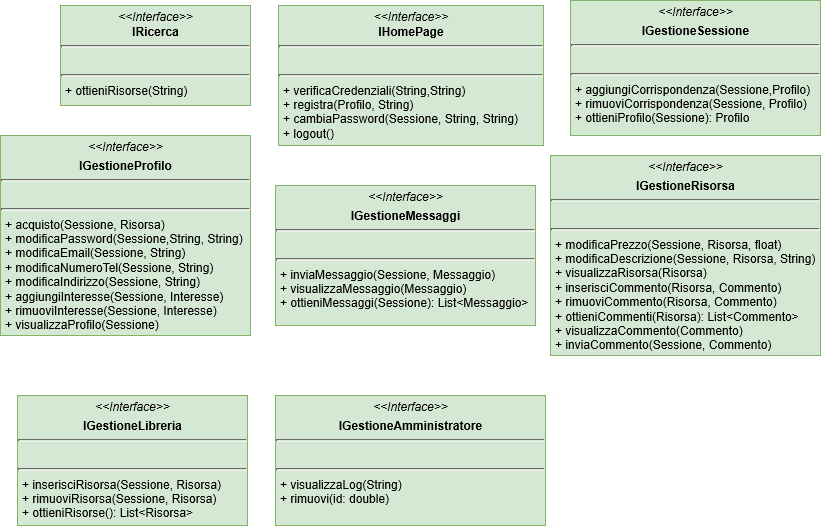
Above: Progetto Dettaglio Alexandria/Controller.png in SundavarBlaka/Alexandria (draw.io), before the change. Source tidied: cells renumbered, new cells last; positions are measured from the earlier drawing's top-left corner, leaving out a move shared by most shapes.
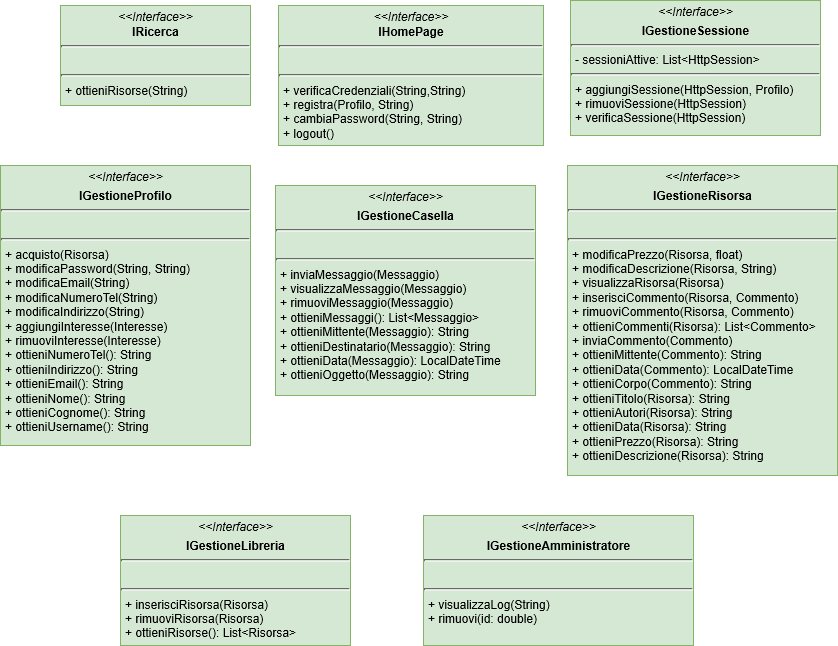
After the commit.

Commit message:
Eliminata sessione

Diff of the diagram source:
```diff
@@ -5,25 +5,25 @@
     <mxCell id="2" value="&lt;p style=&quot;margin: 0px ; margin-top: 4px ; text-align: center&quot;&gt;&lt;i&gt;&amp;lt;&amp;lt;Interface&amp;gt;&amp;gt;&lt;/i&gt;&lt;br&gt;&lt;b&gt;IRicerca&lt;/b&gt;&lt;/p&gt;&lt;hr size=&quot;1&quot;&gt;&lt;p style=&quot;margin: 0px ; margin-left: 4px&quot;&gt;&lt;br&gt;&lt;/p&gt;&lt;hr size=&quot;1&quot;&gt;&lt;p style=&quot;margin: 0px ; margin-left: 4px&quot;&gt;+ ottieniRisorse(String)&lt;/p&gt;" style="verticalAlign=top;align=left;overflow=fill;fontSize=12;fontFamily=Helvetica;html=1;fillColor=#d5e8d4;strokeColor=#82b366;" parent="1" vertex="1">
       <mxGeometry x="60" y="5" width="190" height="100" as="geometry" />
     </mxCell>
-    <mxCell id="3" value="&lt;p style=&quot;margin: 0px ; margin-top: 4px ; text-align: center&quot;&gt;&lt;i&gt;&amp;lt;&amp;lt;Interface&amp;gt;&amp;gt;&lt;/i&gt;&lt;br&gt;&lt;b&gt;IHomePage&lt;/b&gt;&lt;/p&gt;&lt;hr size=&quot;1&quot;&gt;&lt;p style=&quot;margin: 0px ; margin-left: 4px&quot;&gt;&lt;br&gt;&lt;/p&gt;&lt;hr size=&quot;1&quot;&gt;&lt;p style=&quot;margin: 0px ; margin-left: 4px&quot;&gt;+ verificaCredenziali(String,String)&lt;/p&gt;&lt;p style=&quot;margin: 0px ; margin-left: 4px&quot;&gt;&lt;span&gt;+ registra(Profilo, String)&lt;/span&gt;&lt;/p&gt;&lt;p style=&quot;margin: 0px ; margin-left: 4px&quot;&gt;+ cambiaPassword(Sessione, String, String)&lt;/p&gt;&lt;p style=&quot;margin: 0px ; margin-left: 4px&quot;&gt;+ logout()&lt;/p&gt;" style="verticalAlign=top;align=left;overflow=fill;fontSize=12;fontFamily=Helvetica;html=1;fillColor=#d5e8d4;strokeColor=#82b366;" parent="1" vertex="1">
+    <mxCell id="3" value="&lt;p style=&quot;margin: 0px ; margin-top: 4px ; text-align: center&quot;&gt;&lt;i&gt;&amp;lt;&amp;lt;Interface&amp;gt;&amp;gt;&lt;/i&gt;&lt;br&gt;&lt;b&gt;IHomePage&lt;/b&gt;&lt;/p&gt;&lt;hr size=&quot;1&quot;&gt;&lt;p style=&quot;margin: 0px ; margin-left: 4px&quot;&gt;&lt;br&gt;&lt;/p&gt;&lt;hr size=&quot;1&quot;&gt;&lt;p style=&quot;margin: 0px ; margin-left: 4px&quot;&gt;+ verificaCredenziali(String,String)&lt;/p&gt;&lt;p style=&quot;margin: 0px ; margin-left: 4px&quot;&gt;&lt;span&gt;+ registra(Profilo, String)&lt;/span&gt;&lt;/p&gt;&lt;p style=&quot;margin: 0px ; margin-left: 4px&quot;&gt;+ cambiaPassword(String, String)&lt;/p&gt;&lt;p style=&quot;margin: 0px ; margin-left: 4px&quot;&gt;+ logout()&lt;/p&gt;" style="verticalAlign=top;align=left;overflow=fill;fontSize=12;fontFamily=Helvetica;html=1;fillColor=#d5e8d4;strokeColor=#82b366;" parent="1" vertex="1">
       <mxGeometry x="278" y="5" width="265" height="140" as="geometry" />
     </mxCell>
-    <mxCell id="4" value="&lt;p style=&quot;margin: 0px ; margin-top: 4px ; text-align: center&quot;&gt;&lt;i&gt;&amp;lt;&amp;lt;Interface&amp;gt;&amp;gt;&lt;/i&gt;&lt;/p&gt;&lt;p style=&quot;margin: 0px ; margin-top: 4px ; text-align: center&quot;&gt;&lt;b&gt;IGestioneProfilo&lt;/b&gt;&lt;/p&gt;&lt;hr size=&quot;1&quot;&gt;&lt;p style=&quot;margin: 0px ; margin-left: 4px&quot;&gt;&lt;br&gt;&lt;/p&gt;&lt;hr size=&quot;1&quot;&gt;&lt;p style=&quot;margin: 0px ; margin-left: 4px&quot;&gt;+ acquisto(Sessione, Risorsa)&lt;/p&gt;&lt;p style=&quot;margin: 0px ; margin-left: 4px&quot;&gt;+ modificaPassword(Sessione,String, String)&lt;/p&gt;&lt;p style=&quot;margin: 0px ; margin-left: 4px&quot;&gt;+ modificaEmail(&lt;span&gt;Sessione&lt;/span&gt;, String)&lt;/p&gt;&lt;p style=&quot;margin: 0px ; margin-left: 4px&quot;&gt;+ modificaNumeroTel(&lt;span&gt;Sessione&lt;/span&gt;, String)&lt;/p&gt;&lt;p style=&quot;margin: 0px ; margin-left: 4px&quot;&gt;+ modificaIndirizzo(&lt;span&gt;Sessione&lt;/span&gt;, String)&lt;/p&gt;&lt;p style=&quot;margin: 0px ; margin-left: 4px&quot;&gt;+ aggiungiInteresse(&lt;span&gt;Sessione&lt;/span&gt;, Interesse)&lt;/p&gt;&lt;p style=&quot;margin: 0px ; margin-left: 4px&quot;&gt;+ rimuoviInteresse(&lt;span&gt;Sessione&lt;/span&gt;, Interesse)&lt;/p&gt;&lt;p style=&quot;margin: 0px ; margin-left: 4px&quot;&gt;+ visualizzaProfilo(&lt;span&gt;Sessione&lt;/span&gt;)&lt;/p&gt;" style="verticalAlign=top;align=left;overflow=fill;fontSize=12;fontFamily=Helvetica;html=1;fillColor=#d5e8d4;strokeColor=#82b366;" parent="1" vertex="1">
-      <mxGeometry y="135" width="250" height="200" as="geometry" />
+    <mxCell id="4" value="&lt;p style=&quot;margin: 0px ; margin-top: 4px ; text-align: center&quot;&gt;&lt;i&gt;&amp;lt;&amp;lt;Interface&amp;gt;&amp;gt;&lt;/i&gt;&lt;/p&gt;&lt;p style=&quot;margin: 0px ; margin-top: 4px ; text-align: center&quot;&gt;&lt;b&gt;IGestioneProfilo&lt;/b&gt;&lt;/p&gt;&lt;hr size=&quot;1&quot;&gt;&lt;p style=&quot;margin: 0px ; margin-left: 4px&quot;&gt;&lt;br&gt;&lt;/p&gt;&lt;hr size=&quot;1&quot;&gt;&lt;p style=&quot;margin: 0px ; margin-left: 4px&quot;&gt;+ acquisto(Risorsa)&lt;/p&gt;&lt;p style=&quot;margin: 0px ; margin-left: 4px&quot;&gt;+ modificaPassword(String, String)&lt;/p&gt;&lt;p style=&quot;margin: 0px ; margin-left: 4px&quot;&gt;+ modificaEmail(String)&lt;/p&gt;&lt;p style=&quot;margin: 0px ; margin-left: 4px&quot;&gt;+ modificaNumeroTel(String)&lt;/p&gt;&lt;p style=&quot;margin: 0px ; margin-left: 4px&quot;&gt;+ modificaIndirizzo(String)&lt;/p&gt;&lt;p style=&quot;margin: 0px ; margin-left: 4px&quot;&gt;+ aggiungiInteresse(Interesse)&lt;/p&gt;&lt;p style=&quot;margin: 0px ; margin-left: 4px&quot;&gt;+ rimuoviInteresse(Interesse)&lt;/p&gt;&lt;p style=&quot;margin: 0px ; margin-left: 4px&quot;&gt;+ ottieniNumeroTel(): String&lt;/p&gt;&lt;p style=&quot;margin: 0px ; margin-left: 4px&quot;&gt;+ ottieniIndirizzo(): String&lt;/p&gt;&lt;p style=&quot;margin: 0px ; margin-left: 4px&quot;&gt;+ ottieniEmail(): String&lt;/p&gt;&lt;p style=&quot;margin: 0px ; margin-left: 4px&quot;&gt;+ ottieniNome(): String&lt;/p&gt;&lt;p style=&quot;margin: 0px ; margin-left: 4px&quot;&gt;+ ottieniCognome(): String&lt;/p&gt;&lt;p style=&quot;margin: 0px ; margin-left: 4px&quot;&gt;+ ottieniUsername(): String&lt;/p&gt;" style="verticalAlign=top;align=left;overflow=fill;fontSize=12;fontFamily=Helvetica;html=1;fillColor=#d5e8d4;strokeColor=#82b366;" parent="1" vertex="1">
+      <mxGeometry y="165" width="250" height="280" as="geometry" />
     </mxCell>
-    <mxCell id="5" value="&lt;p style=&quot;margin: 0px ; margin-top: 4px ; text-align: center&quot;&gt;&lt;i&gt;&amp;lt;&amp;lt;Interface&amp;gt;&amp;gt;&lt;/i&gt;&lt;/p&gt;&lt;p style=&quot;margin: 0px ; margin-top: 4px ; text-align: center&quot;&gt;&lt;b&gt;IGestioneMessaggi&lt;/b&gt;&lt;/p&gt;&lt;hr size=&quot;1&quot;&gt;&lt;p style=&quot;margin: 0px ; margin-left: 4px&quot;&gt;&lt;br&gt;&lt;/p&gt;&lt;hr size=&quot;1&quot;&gt;&lt;p style=&quot;margin: 0px ; margin-left: 4px&quot;&gt;+ inviaMessaggio(&lt;span&gt;Sessione&lt;/span&gt;, Messaggio)&lt;/p&gt;&lt;p style=&quot;margin: 0px ; margin-left: 4px&quot;&gt;+ visualizzaMessaggio(Messaggio)&lt;/p&gt;&lt;p style=&quot;margin: 0px ; margin-left: 4px&quot;&gt;+ ottieniMessaggi(&lt;span&gt;Sessione&lt;/span&gt;): List&amp;lt;Messaggio&amp;gt;&lt;/p&gt;" style="verticalAlign=top;align=left;overflow=fill;fontSize=12;fontFamily=Helvetica;html=1;fillColor=#d5e8d4;strokeColor=#82b366;" parent="1" vertex="1">
-      <mxGeometry x="275" y="185" width="260" height="140" as="geometry" />
+    <mxCell id="5" value="&lt;p style=&quot;margin: 0px ; margin-top: 4px ; text-align: center&quot;&gt;&lt;i&gt;&amp;lt;&amp;lt;Interface&amp;gt;&amp;gt;&lt;/i&gt;&lt;/p&gt;&lt;p style=&quot;margin: 0px ; margin-top: 4px ; text-align: center&quot;&gt;&lt;b&gt;IGestioneCasella&lt;/b&gt;&lt;/p&gt;&lt;hr size=&quot;1&quot;&gt;&lt;p style=&quot;margin: 0px ; margin-left: 4px&quot;&gt;&lt;br&gt;&lt;/p&gt;&lt;hr size=&quot;1&quot;&gt;&lt;p style=&quot;margin: 0px ; margin-left: 4px&quot;&gt;+ inviaMessaggio(Messaggio)&lt;/p&gt;&lt;p style=&quot;margin: 0px ; margin-left: 4px&quot;&gt;+ visualizzaMessaggio(Messaggio)&lt;/p&gt;&lt;p style=&quot;margin: 0px ; margin-left: 4px&quot;&gt;+ rimuoviMessaggio(Messaggio)&lt;/p&gt;&lt;p style=&quot;margin: 0px ; margin-left: 4px&quot;&gt;+ ottieniMessaggi(): List&amp;lt;Messaggio&amp;gt;&lt;/p&gt;&lt;p style=&quot;margin: 0px ; margin-left: 4px&quot;&gt;+ ottieniMittente(Messaggio): String&lt;/p&gt;&lt;p style=&quot;margin: 0px ; margin-left: 4px&quot;&gt;+ &lt;span&gt;ottieni&lt;/span&gt;Destinatario(Messaggio): String&lt;/p&gt;&lt;p style=&quot;margin: 0px ; margin-left: 4px&quot;&gt;+ &lt;span&gt;ottieni&lt;/span&gt;Data(Messaggio): LocalDateTime&lt;/p&gt;&lt;p style=&quot;margin: 0px ; margin-left: 4px&quot;&gt;+ &lt;span&gt;ottieni&lt;/span&gt;Oggetto(Messaggio): String&lt;/p&gt;" style="verticalAlign=top;align=left;overflow=fill;fontSize=12;fontFamily=Helvetica;html=1;fillColor=#d5e8d4;strokeColor=#82b366;" parent="1" vertex="1">
+      <mxGeometry x="275" y="185" width="260" height="210" as="geometry" />
     </mxCell>
-    <mxCell id="6" value="&lt;p style=&quot;margin: 0px ; margin-top: 4px ; text-align: center&quot;&gt;&lt;i&gt;&amp;lt;&amp;lt;Interface&amp;gt;&amp;gt;&lt;/i&gt;&lt;/p&gt;&lt;p style=&quot;margin: 0px ; margin-top: 4px ; text-align: center&quot;&gt;&lt;b&gt;IGestioneRisorsa&lt;/b&gt;&lt;/p&gt;&lt;hr size=&quot;1&quot;&gt;&lt;p style=&quot;margin: 0px ; margin-left: 4px&quot;&gt;&lt;br&gt;&lt;/p&gt;&lt;hr size=&quot;1&quot;&gt;&lt;p style=&quot;margin: 0px ; margin-left: 4px&quot;&gt;+ modificaPrezzo(&lt;span&gt;Sessione&lt;/span&gt;, Risorsa, float)&lt;/p&gt;&lt;p style=&quot;margin: 0px ; margin-left: 4px&quot;&gt;+ modificaDescrizione(&lt;span&gt;Sessione&lt;/span&gt;, Risorsa, String)&lt;/p&gt;&lt;p style=&quot;margin: 0px ; margin-left: 4px&quot;&gt;+ visualizzaRisorsa(Risorsa)&lt;/p&gt;&lt;p style=&quot;margin: 0px ; margin-left: 4px&quot;&gt;+ inserisciCommento(Risorsa, Commento)&lt;/p&gt;&lt;p style=&quot;margin: 0px ; margin-left: 4px&quot;&gt;+ rimuoviCommento(Risorsa, Commento)&lt;/p&gt;&lt;p style=&quot;margin: 0px ; margin-left: 4px&quot;&gt;+ ottieniCommenti(Risorsa): List&amp;lt;Commento&amp;gt;&lt;/p&gt;&lt;p style=&quot;margin: 0px ; margin-left: 4px&quot;&gt;+ visualizzaCommento(Commento)&lt;/p&gt;&lt;p style=&quot;margin: 0px ; margin-left: 4px&quot;&gt;+ inviaCommento(Sessione, Commento)&lt;/p&gt;" style="verticalAlign=top;align=left;overflow=fill;fontSize=12;fontFamily=Helvetica;html=1;fillColor=#d5e8d4;strokeColor=#82b366;" parent="1" vertex="1">
-      <mxGeometry x="550" y="155" width="270" height="200" as="geometry" />
+    <mxCell id="6" value="&lt;p style=&quot;margin: 0px ; margin-top: 4px ; text-align: center&quot;&gt;&lt;i&gt;&amp;lt;&amp;lt;Interface&amp;gt;&amp;gt;&lt;/i&gt;&lt;/p&gt;&lt;p style=&quot;margin: 0px ; margin-top: 4px ; text-align: center&quot;&gt;&lt;b&gt;IGestioneRisorsa&lt;/b&gt;&lt;/p&gt;&lt;hr size=&quot;1&quot;&gt;&lt;p style=&quot;margin: 0px ; margin-left: 4px&quot;&gt;&lt;br&gt;&lt;/p&gt;&lt;hr size=&quot;1&quot;&gt;&lt;p style=&quot;margin: 0px ; margin-left: 4px&quot;&gt;+ modificaPrezzo(Risorsa, float)&lt;/p&gt;&lt;p style=&quot;margin: 0px ; margin-left: 4px&quot;&gt;+ modificaDescrizione(Risorsa, String)&lt;/p&gt;&lt;p style=&quot;margin: 0px ; margin-left: 4px&quot;&gt;+ visualizzaRisorsa(Risorsa)&lt;/p&gt;&lt;p style=&quot;margin: 0px ; margin-left: 4px&quot;&gt;+ inserisciCommento(Risorsa, Commento)&lt;/p&gt;&lt;p style=&quot;margin: 0px ; margin-left: 4px&quot;&gt;+ rimuoviCommento(Risorsa, Commento)&lt;/p&gt;&lt;p style=&quot;margin: 0px ; margin-left: 4px&quot;&gt;+ ottieniCommenti(Risorsa): List&amp;lt;Commento&amp;gt;&lt;/p&gt;&lt;p style=&quot;margin: 0px ; margin-left: 4px&quot;&gt;+ inviaCommento(Commento)&lt;/p&gt;&lt;p style=&quot;margin: 0px ; margin-left: 4px&quot;&gt;+ ottieniMittente(Commento): String&lt;/p&gt;&lt;p style=&quot;margin: 0px ; margin-left: 4px&quot;&gt;+ ottieniData(Commento): LocalDateTime&lt;/p&gt;&lt;p style=&quot;margin: 0px ; margin-left: 4px&quot;&gt;+ ottieniCorpo(Commento): String&lt;/p&gt;&lt;p style=&quot;margin: 0px ; margin-left: 4px&quot;&gt;+ ottieniTitolo(Risorsa): String&lt;/p&gt;&lt;p style=&quot;margin: 0px ; margin-left: 4px&quot;&gt;&lt;span&gt;+ ottieniAutori(Risorsa): String&lt;/span&gt;&lt;/p&gt;&lt;p style=&quot;margin: 0px ; margin-left: 4px&quot;&gt;&lt;span&gt;+ ottieniData(Risorsa): String&lt;/span&gt;&lt;/p&gt;&lt;p style=&quot;margin: 0px ; margin-left: 4px&quot;&gt;+ ottieniPrezzo(Risorsa): String&lt;/p&gt;&lt;p style=&quot;margin: 0px ; margin-left: 4px&quot;&gt;+ ottieniDescrizione(Risorsa): String&lt;/p&gt;" style="verticalAlign=top;align=left;overflow=fill;fontSize=12;fontFamily=Helvetica;html=1;fillColor=#d5e8d4;strokeColor=#82b366;" parent="1" vertex="1">
+      <mxGeometry x="567" y="165" width="270" height="310" as="geometry" />
     </mxCell>
-    <mxCell id="7" value="&lt;p style=&quot;margin: 0px ; margin-top: 4px ; text-align: center&quot;&gt;&lt;i&gt;&amp;lt;&amp;lt;Interface&amp;gt;&amp;gt;&lt;/i&gt;&lt;/p&gt;&lt;p style=&quot;margin: 0px ; margin-top: 4px ; text-align: center&quot;&gt;&lt;b&gt;IGestioneLibreria&lt;/b&gt;&lt;/p&gt;&lt;hr size=&quot;1&quot;&gt;&lt;p style=&quot;margin: 0px ; margin-left: 4px&quot;&gt;&lt;br&gt;&lt;/p&gt;&lt;hr size=&quot;1&quot;&gt;&lt;p style=&quot;margin: 0px ; margin-left: 4px&quot;&gt;+ inserisciRisorsa(&lt;span&gt;Sessione&lt;/span&gt;, Risorsa)&lt;/p&gt;&lt;p style=&quot;margin: 0px ; margin-left: 4px&quot;&gt;+ rimuoviRisorsa(&lt;span&gt;Sessione&lt;/span&gt;, Risorsa)&lt;/p&gt;&lt;p style=&quot;margin: 0px ; margin-left: 4px&quot;&gt;+ ottieniRisorse(): List&amp;lt;Risorsa&amp;gt;&lt;/p&gt;" style="verticalAlign=top;align=left;overflow=fill;fontSize=12;fontFamily=Helvetica;html=1;fillColor=#d5e8d4;strokeColor=#82b366;" parent="1" vertex="1">
-      <mxGeometry x="17" y="395" width="230" height="130" as="geometry" />
+    <mxCell id="7" value="&lt;p style=&quot;margin: 0px ; margin-top: 4px ; text-align: center&quot;&gt;&lt;i&gt;&amp;lt;&amp;lt;Interface&amp;gt;&amp;gt;&lt;/i&gt;&lt;/p&gt;&lt;p style=&quot;margin: 0px ; margin-top: 4px ; text-align: center&quot;&gt;&lt;b&gt;IGestioneLibreria&lt;/b&gt;&lt;/p&gt;&lt;hr size=&quot;1&quot;&gt;&lt;p style=&quot;margin: 0px ; margin-left: 4px&quot;&gt;&lt;br&gt;&lt;/p&gt;&lt;hr size=&quot;1&quot;&gt;&lt;p style=&quot;margin: 0px ; margin-left: 4px&quot;&gt;+ inserisciRisorsa(Risorsa)&lt;/p&gt;&lt;p style=&quot;margin: 0px ; margin-left: 4px&quot;&gt;+ rimuoviRisorsa(Risorsa)&lt;/p&gt;&lt;p style=&quot;margin: 0px ; margin-left: 4px&quot;&gt;+ ottieniRisorse(): List&amp;lt;Risorsa&amp;gt;&lt;/p&gt;" style="verticalAlign=top;align=left;overflow=fill;fontSize=12;fontFamily=Helvetica;html=1;fillColor=#d5e8d4;strokeColor=#82b366;" parent="1" vertex="1">
+      <mxGeometry x="120" y="515" width="230" height="130" as="geometry" />
     </mxCell>
     <mxCell id="8" value="&lt;p style=&quot;margin: 0px ; margin-top: 4px ; text-align: center&quot;&gt;&lt;i&gt;&amp;lt;&amp;lt;Interface&amp;gt;&amp;gt;&lt;/i&gt;&lt;/p&gt;&lt;p style=&quot;margin: 0px ; margin-top: 4px ; text-align: center&quot;&gt;&lt;b&gt;IGestioneAmministratore&lt;/b&gt;&lt;/p&gt;&lt;hr size=&quot;1&quot;&gt;&lt;p style=&quot;margin: 0px ; margin-left: 4px&quot;&gt;&lt;br&gt;&lt;/p&gt;&lt;hr size=&quot;1&quot;&gt;&lt;p style=&quot;margin: 0px ; margin-left: 4px&quot;&gt;+ visualizzaLog(String)&lt;/p&gt;&lt;p style=&quot;margin: 0px ; margin-left: 4px&quot;&gt;+ rimuovi(id: double)&lt;/p&gt;" style="verticalAlign=top;align=left;overflow=fill;fontSize=12;fontFamily=Helvetica;html=1;fillColor=#d5e8d4;strokeColor=#82b366;" parent="1" vertex="1">
-      <mxGeometry x="275" y="395" width="270" height="130" as="geometry" />
+      <mxGeometry x="423" y="515" width="270" height="130" as="geometry" />
     </mxCell>
-    <mxCell id="9" value="&lt;p style=&quot;margin: 0px ; margin-top: 4px ; text-align: center&quot;&gt;&lt;i&gt;&amp;lt;&amp;lt;Interface&amp;gt;&amp;gt;&lt;/i&gt;&lt;/p&gt;&lt;p style=&quot;margin: 0px ; margin-top: 4px ; text-align: center&quot;&gt;&lt;b&gt;IGestioneSessione&lt;/b&gt;&lt;/p&gt;&lt;hr size=&quot;1&quot;&gt;&lt;p style=&quot;margin: 0px ; margin-left: 4px&quot;&gt;&lt;br&gt;&lt;/p&gt;&lt;hr size=&quot;1&quot;&gt;&lt;p style=&quot;margin: 0px ; margin-left: 4px&quot;&gt;+ aggiungiCorrispondenza(Sessione,Profilo)&lt;/p&gt;&lt;p style=&quot;margin: 0px ; margin-left: 4px&quot;&gt;+ rimuoviCorrispondenza(Sessione, Profilo)&lt;/p&gt;&lt;p style=&quot;margin: 0px ; margin-left: 4px&quot;&gt;+ ottieniProfilo(Sessione): Profilo&lt;/p&gt;" style="verticalAlign=top;align=left;overflow=fill;fontSize=12;fontFamily=Helvetica;html=1;fillColor=#d5e8d4;strokeColor=#82b366;" parent="1" vertex="1">
+    <mxCell id="9" value="&lt;p style=&quot;margin: 0px ; margin-top: 4px ; text-align: center&quot;&gt;&lt;i&gt;&amp;lt;&amp;lt;Interface&amp;gt;&amp;gt;&lt;/i&gt;&lt;/p&gt;&lt;p style=&quot;margin: 0px ; margin-top: 4px ; text-align: center&quot;&gt;&lt;b&gt;IGestioneSessione&lt;/b&gt;&lt;/p&gt;&lt;hr size=&quot;1&quot;&gt;&lt;p style=&quot;margin: 0px ; margin-left: 4px&quot;&gt;- sessioniAttive: List&amp;lt;HttpSession&amp;gt;&lt;/p&gt;&lt;hr size=&quot;1&quot;&gt;&lt;p style=&quot;margin: 0px ; margin-left: 4px&quot;&gt;+ aggiungiSessione(HttpSession, Profilo)&lt;/p&gt;&lt;p style=&quot;margin: 0px ; margin-left: 4px&quot;&gt;+ rimuoviSessione(HttpSession)&lt;/p&gt;&lt;p style=&quot;margin: 0px ; margin-left: 4px&quot;&gt;+ verificaSessione(HttpSession)&lt;/p&gt;" style="verticalAlign=top;align=left;overflow=fill;fontSize=12;fontFamily=Helvetica;html=1;fillColor=#d5e8d4;strokeColor=#82b366;" parent="1" vertex="1">
       <mxGeometry x="570" width="250" height="135" as="geometry" />
     </mxCell>
   </root>
```
